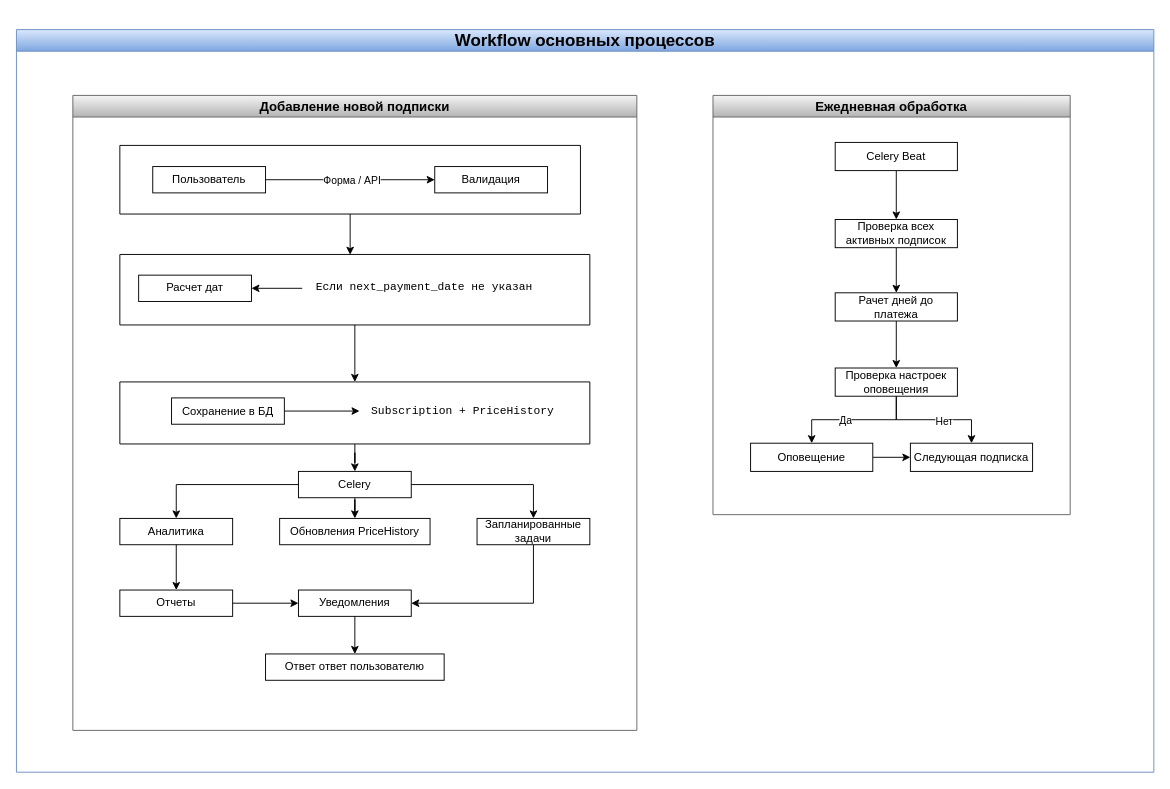
NikPACodes/SubFlux keeps this draw.io diagram as docs/diagrams/workflow.drawio. Above is the earlier version. Source tidied: cells renumbered, new cells numbered last; positions are measured from the earlier drawing's top-left corner, leaving out a move shared by most shapes. Both pictures are drawn from the tidied source at 94%, with x=0, y=0 at pixel (16, 29).
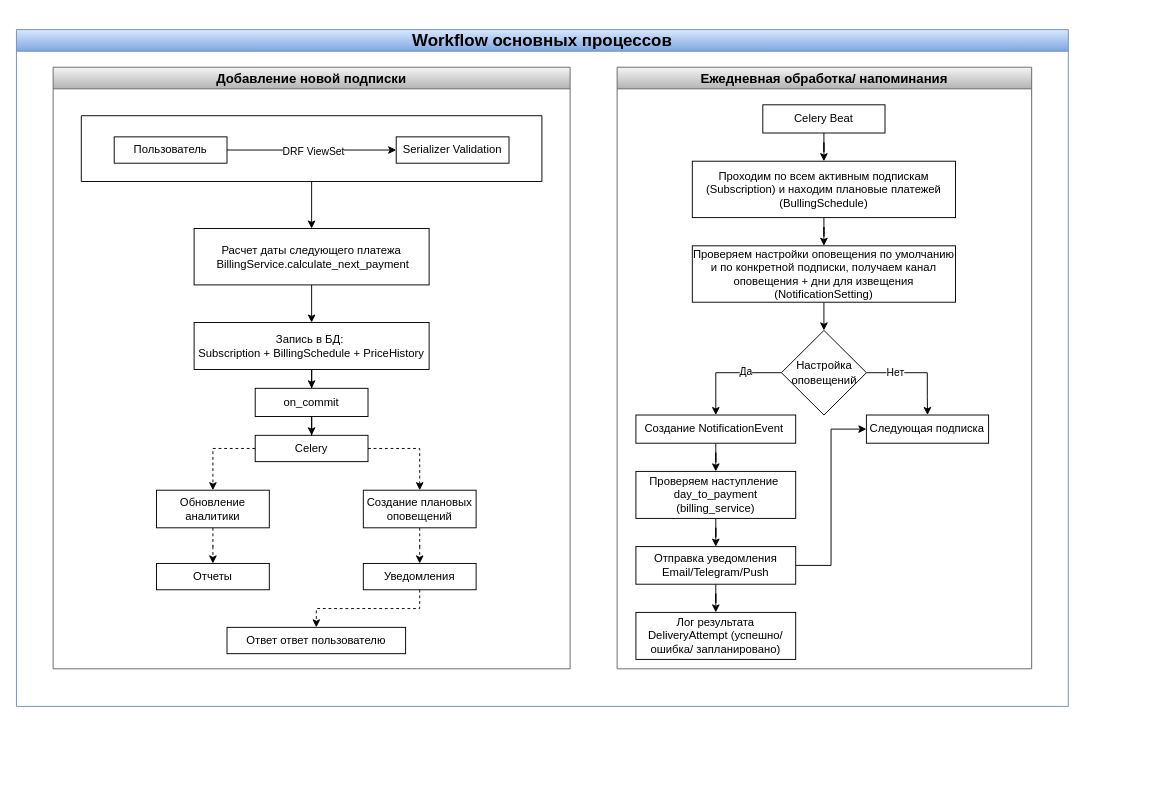
After the change.

Commit message (it also covers changes not shown here):
Обновлены блок-схемы workflow и Архитектура_приложений

Unchanged cells that the change refers to:
```xml
<mxCell id="5" style="edgeStyle=orthogonalEdgeStyle;rounded=0;jettySize=auto;html=1;entryX=0;entryY=0.5;entryDx=0;entryDy=0;" parent="4" edge="1" source="7" target="8">
  <mxGeometry relative="1" as="geometry" />
</mxCell>
```

What changed in the source:
```diff
@@
-    <mxCell id="2" value="&lt;h2&gt;Workflow основных процессов&lt;/h2&gt;" style="swimlane;whiteSpace=wrap;html=1;fillColor=#dae8fc;gradientColor=#7ea6e0;strokeColor=#6c8ebf;" parent="1" vertex="1">
-      <mxGeometry width="1210" height="790" as="geometry" />
+    <mxCell id="2" value="&lt;h2&gt;Workflow основных процессов&lt;/h2&gt;" style="swimlane;whiteSpace=wrap;html=1;fillColor=#dae8fc;gradientColor=#7ea6e0;strokeColor=#6c8ebf;align=center;verticalAlign=middle;" parent="1" vertex="1">
+      <mxGeometry width="1119" height="720" as="geometry" />
     </mxCell>
     <mxCell id="3" value="&lt;h3&gt;&lt;strong&gt;Добавление новой подписки&lt;/strong&gt;&lt;/h3&gt;" style="swimlane;whiteSpace=wrap;html=1;fillColor=#f5f5f5;gradientColor=#b3b3b3;strokeColor=#666666;" parent="2" vertex="1">
-      <mxGeometry x="60" y="70" width="600" height="675.5" as="geometry" />
+      <mxGeometry x="39" y="40" width="550" height="640" as="geometry" />
     </mxCell>
+    <mxCell id="49" style="edgeStyle=orthogonalEdgeStyle;rounded=0;jettySize=auto;html=1;entryX=0.5;entryY=0;entryDx=0;entryDy=0;" parent="3" edge="1" source="4" target="51">
+      <mxGeometry relative="1" as="geometry" />
+    </mxCell>
     <mxCell id="4" style="swimlane;startSize=0;" parent="3" vertex="1">
-      <mxGeometry x="50" y="53.2" width="490" height="73" as="geometry" />
+      <mxGeometry x="30" y="51.6" width="490" height="70" as="geometry" />
     </mxCell>
@@
-    <mxCell id="6" value="Форма / API" style="edgeLabel;html=1;align=center;verticalAlign=middle;" parent="5" vertex="1">
+    <mxCell id="6" value="DRF ViewSet" style="edgeLabel;html=1;align=center;verticalAlign=middle;" parent="5" vertex="1">
       <mxGeometry x="0.01" y="-1" relative="1" as="geometry" />
     </mxCell>
@@
-    <mxCell id="8" value="Валидация" style="rounded=0;whiteSpace=wrap;html=1;" parent="4" vertex="1">
+    <mxCell id="8" value="Serializer Validation" style="rounded=0;whiteSpace=wrap;html=1;" parent="4" vertex="1">
       <mxGeometry x="335" y="22.5" width="120" height="28" as="geometry" />
     </mxCell>
-    <mxCell id="9" style="edgeStyle=orthogonalEdgeStyle;rounded=0;jettySize=auto;html=1;entryX=0.5;entryY=0;entryDx=0;entryDy=0;" parent="3" edge="1" source="10" target="15">
-      <mxGeometry relative="1" as="geometry" />
-    </mxCell>
-    <mxCell id="10" style="swimlane;startSize=0;" parent="3" vertex="1">
-      <mxGeometry x="50" y="169.2" width="500" height="75" as="geometry" />
-    </mxCell>
-    <mxCell id="11" value="Расчет дат" style="rounded=0;whiteSpace=wrap;html=1;" parent="10" vertex="1">
-      <mxGeometry x="20" y="22" width="120" height="28" as="geometry" />
-    </mxCell>
-    <mxCell id="12" style="edgeStyle=orthogonalEdgeStyle;rounded=0;jettySize=auto;html=1;entryX=1;entryY=0.5;entryDx=0;entryDy=0;" parent="10" edge="1" source="13" target="11">
-      <mxGeometry relative="1" as="geometry" />
-    </mxCell>
-    <mxCell id="13" value="&lt;pre&gt;Если next_payment_date не указан&lt;/pre&gt;" style="text;html=1;align=center;verticalAlign=middle;whiteSpace=wrap;rounded=0;" parent="10" vertex="1">
-      <mxGeometry x="194" y="21" width="260" height="30" as="geometry" />
-    </mxCell>
-    <mxCell id="14" style="edgeStyle=orthogonalEdgeStyle;rounded=0;jettySize=auto;html=1;" parent="3" edge="1" source="15" target="21">
-      <mxGeometry relative="1" as="geometry" />
-    </mxCell>
-    <mxCell id="15" style="swimlane;startSize=0;align=center;" parent="3" vertex="1">
-      <mxGeometry x="50" y="304.8" width="500" height="66" as="geometry" />
-    </mxCell>
-    <mxCell id="16" value="Сохранение в БД" style="rounded=0;whiteSpace=wrap;html=1;" parent="15" vertex="1">
-      <mxGeometry x="55" y="17" width="120" height="28" as="geometry" />
-    </mxCell>
-    <mxCell id="17" style="edgeStyle=orthogonalEdgeStyle;rounded=0;jettySize=auto;html=1;" parent="15" edge="1" source="16" target="18">
-      <mxGeometry relative="1" as="geometry" />
-    </mxCell>
-    <mxCell id="18" value="&lt;pre&gt;Subscription + PriceHistory&lt;/pre&gt;" style="text;html=1;align=center;verticalAlign=middle;whiteSpace=wrap;rounded=0;" parent="15" vertex="1">
-      <mxGeometry x="255" y="16" width="220" height="30" as="geometry" />
-    </mxCell>
-    <mxCell id="19" style="edgeStyle=orthogonalEdgeStyle;rounded=0;jettySize=auto;html=1;entryX=0.5;entryY=0;entryDx=0;entryDy=0;" parent="3" edge="1" source="21" target="24">
-      <mxGeometry relative="1" as="geometry" />
-    </mxCell>
-    <mxCell id="20" style="edgeStyle=orthogonalEdgeStyle;rounded=0;jettySize=auto;html=1;" parent="3" edge="1" source="21" target="25">
-      <mxGeometry relative="1" as="geometry" />
+    <mxCell id="20" style="edgeStyle=orthogonalEdgeStyle;rounded=0;jettySize=auto;html=1;entryX=0.5;entryY=0;entryDx=0;entryDy=0;dashed=1;" parent="3" edge="1" source="21" target="25">
+      <mxGeometry relative="1" as="geometry">
+        <Array as="points">
+          <mxPoint x="170" y="406" />
+        </Array>
+      </mxGeometry>
     </mxCell>
     <mxCell id="21" value="Celery" style="rounded=0;whiteSpace=wrap;html=1;" parent="3" vertex="1">
-      <mxGeometry x="240" y="400" width="120" height="28" as="geometry" />
+      <mxGeometry x="215" y="391.6" width="120" height="28" as="geometry" />
     </mxCell>
-    <mxCell id="22" style="edgeStyle=orthogonalEdgeStyle;rounded=0;jettySize=auto;html=1;entryX=1;entryY=0.5;entryDx=0;entryDy=0;" parent="3" edge="1" source="23" target="27">
-      <mxGeometry relative="1" as="geometry">
-        <Array as="points">
-          <mxPoint x="490" y="540" />
-        </Array>
-      </mxGeometry>
+    <mxCell id="22" style="edgeStyle=orthogonalEdgeStyle;rounded=0;jettySize=auto;html=1;entryX=0.5;entryY=0;entryDx=0;entryDy=0;dashed=1;" parent="3" edge="1" source="23" target="27">
+      <mxGeometry relative="1" as="geometry" />
     </mxCell>
-    <mxCell id="23" value="Запланированные задачи" style="rounded=0;whiteSpace=wrap;html=1;" parent="3" vertex="1">
-      <mxGeometry x="430" y="450" width="120" height="28" as="geometry" />
+    <mxCell id="23" value="Создание плановых&lt;div&gt;оповещений&lt;/div&gt;" style="rounded=0;whiteSpace=wrap;html=1;" parent="3" vertex="1">
+      <mxGeometry x="330" y="450" width="120" height="40" as="geometry" />
     </mxCell>
-    <mxCell id="24" value="Обновления&amp;nbsp;&lt;span style=&quot;background-color: transparent; color: light-dark(rgb(0, 0, 0), rgb(255, 255, 255));&quot;&gt;PriceHistory&lt;/span&gt;" style="rounded=0;whiteSpace=wrap;html=1;" parent="3" vertex="1">
-      <mxGeometry x="220" y="450" width="160" height="28" as="geometry" />
-    </mxCell>
-    <mxCell id="25" value="Аналитика" style="rounded=0;whiteSpace=wrap;html=1;" parent="3" vertex="1">
-      <mxGeometry x="50" y="450" width="120" height="28" as="geometry" />
+    <mxCell id="25" value="Обновление аналитики" style="rounded=0;whiteSpace=wrap;html=1;" parent="3" vertex="1">
+      <mxGeometry x="110" y="450" width="120" height="40" as="geometry" />
     </mxCell>
     <mxCell id="26" value="Отчеты" style="rounded=0;whiteSpace=wrap;html=1;" parent="3" vertex="1">
-      <mxGeometry x="50" y="526.2" width="120" height="28" as="geometry" />
+      <mxGeometry x="110" y="527.9" width="120" height="28" as="geometry" />
     </mxCell>
     <mxCell id="27" value="Уведомления" style="rounded=0;whiteSpace=wrap;html=1;" parent="3" vertex="1">
-      <mxGeometry x="240" y="526.2" width="120" height="28" as="geometry" />
+      <mxGeometry x="330" y="527.9" width="120" height="28" as="geometry" />
     </mxCell>
     <mxCell id="28" value="Ответ ответ пользователю" style="rounded=0;whiteSpace=wrap;html=1;" parent="3" vertex="1">
-      <mxGeometry x="205" y="594.2" width="190" height="28" as="geometry" />
+      <mxGeometry x="185" y="595.9" width="190" height="28" as="geometry" />
     </mxCell>
-    <mxCell id="29" style="edgeStyle=orthogonalEdgeStyle;rounded=0;jettySize=auto;html=1;entryX=0.49;entryY=0.004;entryDx=0;entryDy=0;entryPerimeter=0;" parent="3" edge="1" source="4" target="10">
-      <mxGeometry relative="1" as="geometry" />
-    </mxCell>
-    <mxCell id="30" style="edgeStyle=orthogonalEdgeStyle;rounded=0;jettySize=auto;html=1;entryX=0.5;entryY=0;entryDx=0;entryDy=0;" parent="3" edge="1" source="21" target="23">
-      <mxGeometry relative="1" as="geometry" />
+    <mxCell id="30" style="edgeStyle=orthogonalEdgeStyle;rounded=0;jettySize=auto;html=1;entryX=0.5;entryY=0;entryDx=0;entryDy=0;dashed=1;" parent="3" edge="1" source="21" target="23">
+      <mxGeometry relative="1" as="geometry">
+        <Array as="points">
+          <mxPoint x="390" y="406" />
+        </Array>
+      </mxGeometry>
     </mxCell>
-    <mxCell id="31" style="edgeStyle=orthogonalEdgeStyle;rounded=0;jettySize=auto;html=1;entryX=0.5;entryY=0;entryDx=0;entryDy=0;" parent="3" edge="1" source="25" target="26">
+    <mxCell id="31" style="edgeStyle=orthogonalEdgeStyle;rounded=0;jettySize=auto;html=1;entryX=0.5;entryY=0;entryDx=0;entryDy=0;dashed=1;" parent="3" edge="1" source="25" target="26">
       <mxGeometry relative="1" as="geometry" />
     </mxCell>
-    <mxCell id="32" style="edgeStyle=orthogonalEdgeStyle;rounded=0;jettySize=auto;html=1;entryX=0;entryY=0.5;entryDx=0;entryDy=0;" parent="3" edge="1" source="26" target="27">
-      <mxGeometry relative="1" as="geometry" />
-    </mxCell>
-    <mxCell id="33" style="edgeStyle=orthogonalEdgeStyle;rounded=0;jettySize=auto;html=1;" parent="3" edge="1" source="27" target="28">
+    <mxCell id="33" style="edgeStyle=orthogonalEdgeStyle;rounded=0;jettySize=auto;html=1;dashed=1;" parent="3" edge="1" source="27" target="28">
       <mxGeometry relative="1" as="geometry" />
     </mxCell>
+    <mxCell id="50" style="edgeStyle=orthogonalEdgeStyle;rounded=0;jettySize=auto;html=1;entryX=0.5;entryY=0;entryDx=0;entryDy=0;" parent="3" edge="1" source="51" target="53">
+      <mxGeometry relative="1" as="geometry" />
+    </mxCell>
+    <mxCell id="51" value="Расчет даты следующего платежа&lt;div style=&quot;text-wrap-mode: nowrap;&quot;&gt;&lt;span style=&quot;text-wrap-mode: wrap;&quot;&gt;&amp;nbsp;&lt;/span&gt;&lt;span style=&quot;text-wrap-mode: wrap; background-color: transparent; color: light-dark(rgb(0, 0, 0), rgb(255, 255, 255));&quot;&gt;BillingService.&lt;/span&gt;&lt;span style=&quot;text-wrap-mode: wrap; background-color: transparent; color: light-dark(rgb(0, 0, 0), rgb(255, 255, 255));&quot;&gt;calculate_next_payment&lt;/span&gt;&lt;/div&gt;" style="rounded=0;whiteSpace=wrap;html=1;" parent="3" vertex="1">
+      <mxGeometry x="150" y="171.6" width="250" height="60" as="geometry" />
+    </mxCell>
+    <mxCell id="52" style="edgeStyle=orthogonalEdgeStyle;rounded=0;jettySize=auto;html=1;entryX=0.5;entryY=0;entryDx=0;entryDy=0;" parent="3" edge="1" source="53" target="55">
+      <mxGeometry relative="1" as="geometry" />
+    </mxCell>
+    <mxCell id="53" value="Запись в БД:&amp;nbsp;&lt;div&gt;Subscription + BillingSchedule + PriceHistory&lt;/div&gt;" style="rounded=0;whiteSpace=wrap;html=1;" parent="3" vertex="1">
+      <mxGeometry x="150" y="271.6" width="250" height="50" as="geometry" />
+    </mxCell>
+    <mxCell id="54" style="edgeStyle=orthogonalEdgeStyle;rounded=0;jettySize=auto;html=1;entryX=0.5;entryY=0;entryDx=0;entryDy=0;" parent="3" edge="1" source="55" target="21">
+      <mxGeometry relative="1" as="geometry" />
+    </mxCell>
+    <mxCell id="55" value="on_commit" style="rounded=0;whiteSpace=wrap;html=1;" parent="3" vertex="1">
+      <mxGeometry x="215" y="341.6" width="120" height="30" as="geometry" />
+    </mxCell>
-    <mxCell id="34" value="&lt;h3&gt;&lt;strong&gt;Ежедневная обработка&lt;/strong&gt;&lt;/h3&gt;" style="swimlane;whiteSpace=wrap;html=1;fillColor=#f5f5f5;gradientColor=#b3b3b3;strokeColor=#666666;" parent="2" vertex="1">
-      <mxGeometry x="741" y="70" width="380" height="446" as="geometry" />
+    <mxCell id="34" value="&lt;h3&gt;&lt;strong&gt;Ежедневная обработка/ напоминания&lt;/strong&gt;&lt;/h3&gt;" style="swimlane;whiteSpace=wrap;html=1;fillColor=#f5f5f5;gradientColor=#b3b3b3;strokeColor=#666666;" parent="2" vertex="1">
+      <mxGeometry x="639" y="40" width="441" height="640" as="geometry" />
     </mxCell>
@@
     <mxCell id="36" value="&lt;span style=&quot;text-align: left;&quot;&gt;Celery Beat&lt;/span&gt;" style="rounded=0;whiteSpace=wrap;html=1;" parent="34" vertex="1">
-      <mxGeometry x="130" y="50" width="130" height="30" as="geometry" />
+      <mxGeometry x="155" y="40" width="130" height="30" as="geometry" />
     </mxCell>
-    <mxCell id="37" style="edgeStyle=orthogonalEdgeStyle;rounded=0;jettySize=auto;html=1;" parent="34" edge="1" source="38" target="40">
-      <mxGeometry relative="1" as="geometry" />
-    </mxCell>
+    <mxCell id="56" style="edgeStyle=orthogonalEdgeStyle;rounded=0;jettySize=auto;html=1;entryX=0.5;entryY=0;entryDx=0;entryDy=0;" parent="34" edge="1" source="38" target="45">
+      <mxGeometry relative="1" as="geometry" />
+    </mxCell>
-    <mxCell id="38" value="&lt;span style=&quot;text-align: left;&quot;&gt;Проверка всех активных подписок&lt;/span&gt;" style="rounded=0;whiteSpace=wrap;html=1;" parent="34" vertex="1">
-      <mxGeometry x="130" y="132" width="130" height="30" as="geometry" />
+    <mxCell id="38" value="&lt;div style=&quot;&quot;&gt;Проходим по всем активным подпискам (Subscription) и находим плановые платежей (BullingSchedule)&lt;/div&gt;" style="rounded=0;whiteSpace=wrap;html=1;align=center;" parent="34" vertex="1">
+      <mxGeometry x="80" y="100" width="280" height="60" as="geometry" />
     </mxCell>
-    <mxCell id="39" style="edgeStyle=orthogonalEdgeStyle;rounded=0;jettySize=auto;html=1;" parent="34" edge="1" source="40" target="45">
-      <mxGeometry relative="1" as="geometry" />
-    </mxCell>
-    <mxCell id="40" value="&lt;span style=&quot;text-align: left;&quot;&gt;Рачет дней до платежа&lt;/span&gt;" style="rounded=0;whiteSpace=wrap;html=1;" parent="34" vertex="1">
-      <mxGeometry x="130" y="210" width="130" height="30" as="geometry" />
-    </mxCell>
-    <mxCell id="41" style="edgeStyle=orthogonalEdgeStyle;rounded=0;jettySize=auto;html=1;entryX=0.5;entryY=0;entryDx=0;entryDy=0;" parent="34" edge="1" source="45" target="47">
-      <mxGeometry relative="1" as="geometry" />
-    </mxCell>
-    <mxCell id="42" value="Да" style="edgeLabel;html=1;align=center;verticalAlign=middle;" parent="41" vertex="1">
-      <mxGeometry x="0.14" relative="1" as="geometry" />
-    </mxCell>
-    <mxCell id="43" style="edgeStyle=orthogonalEdgeStyle;rounded=0;jettySize=auto;html=1;" parent="34" edge="1" source="45" target="48">
-      <mxGeometry relative="1" as="geometry" />
-    </mxCell>
-    <mxCell id="44" value="Нет" style="edgeLabel;html=1;align=center;verticalAlign=middle;" parent="43" vertex="1">
-      <mxGeometry x="0.16" y="-1" relative="1" as="geometry" />
-    </mxCell>
+    <mxCell id="57" style="edgeStyle=orthogonalEdgeStyle;rounded=0;jettySize=auto;html=1;entryX=0.5;entryY=0;entryDx=0;entryDy=0;" parent="34" edge="1" source="45" target="67">
+      <mxGeometry relative="1" as="geometry" />
+    </mxCell>
-    <mxCell id="45" value="&lt;div style=&quot;&quot;&gt;Проверка настроек оповещения&lt;/div&gt;" style="rounded=0;whiteSpace=wrap;html=1;align=center;" parent="34" vertex="1">
-      <mxGeometry x="130" y="290" width="130" height="30" as="geometry" />
+    <mxCell id="45" value="&lt;div style=&quot;&quot;&gt;Проверяем настройки оповещения по умолчанию и по конкретной подписки, получаем канал оповещения + дни для извещения&lt;/div&gt;&lt;div style=&quot;&quot;&gt;(NotificationSetting)&lt;/div&gt;" style="rounded=0;whiteSpace=wrap;html=1;align=center;" parent="34" vertex="1">
+      <mxGeometry x="80" y="190" width="280" height="60" as="geometry" />
     </mxCell>
-    <mxCell id="46" style="edgeStyle=orthogonalEdgeStyle;rounded=0;jettySize=auto;html=1;entryX=0;entryY=0.5;entryDx=0;entryDy=0;" parent="34" edge="1" source="47" target="48">
-      <mxGeometry relative="1" as="geometry" />
-    </mxCell>
-    <mxCell id="47" value="&lt;div style=&quot;&quot;&gt;Оповещение&lt;/div&gt;" style="rounded=0;whiteSpace=wrap;html=1;align=center;" parent="34" vertex="1">
-      <mxGeometry x="40" y="370" width="130" height="30" as="geometry" />
+    <mxCell id="47" value="&lt;div style=&quot;&quot;&gt;Лог результата DeliveryAttempt (успешно/ ошибка/ запланировано)&lt;/div&gt;" style="rounded=0;whiteSpace=wrap;html=1;align=center;" parent="34" vertex="1">
+      <mxGeometry x="20" y="580" width="170" height="50" as="geometry" />
     </mxCell>
     <mxCell id="48" value="&lt;div style=&quot;&quot;&gt;Следующая подписка&lt;/div&gt;" style="rounded=0;whiteSpace=wrap;html=1;align=center;" parent="34" vertex="1">
-      <mxGeometry x="210" y="370" width="130" height="30" as="geometry" />
+      <mxGeometry x="265.2" y="370" width="130" height="30" as="geometry" />
     </mxCell>
+    <mxCell id="58" style="edgeStyle=orthogonalEdgeStyle;rounded=0;jettySize=auto;html=1;entryX=0.5;entryY=0;entryDx=0;entryDy=0;" parent="34" edge="1" source="59" target="62">
+      <mxGeometry relative="1" as="geometry" />
+    </mxCell>
+    <mxCell id="59" value="&lt;div style=&quot;&quot;&gt;&lt;span style=&quot;background-color: transparent; color: light-dark(rgb(0, 0, 0), rgb(255, 255, 255));&quot;&gt;Проверяем наступление&amp;nbsp; day_to_payment (billing_service)&lt;/span&gt;&lt;/div&gt;" style="rounded=0;whiteSpace=wrap;html=1;align=center;" parent="34" vertex="1">
+      <mxGeometry x="20" y="430" width="170" height="50" as="geometry" />
+    </mxCell>
+    <mxCell id="60" style="edgeStyle=orthogonalEdgeStyle;rounded=0;jettySize=auto;html=1;entryX=0;entryY=0.5;entryDx=0;entryDy=0;" parent="34" edge="1" source="62" target="48">
+      <mxGeometry relative="1" as="geometry" />
+    </mxCell>
+    <mxCell id="61" style="edgeStyle=orthogonalEdgeStyle;rounded=0;jettySize=auto;html=1;entryX=0.5;entryY=0;entryDx=0;entryDy=0;" parent="34" edge="1" source="62" target="47">
+      <mxGeometry relative="1" as="geometry" />
+    </mxCell>
+    <mxCell id="62" value="&lt;div style=&quot;&quot;&gt;Отправка уведомления&lt;/div&gt;&lt;div style=&quot;&quot;&gt;Email/Telegram/Push&lt;/div&gt;" style="rounded=0;whiteSpace=wrap;html=1;align=center;" parent="34" vertex="1">
+      <mxGeometry x="20" y="510" width="170" height="40" as="geometry" />
+    </mxCell>
+    <mxCell id="63" style="edgeStyle=orthogonalEdgeStyle;rounded=0;jettySize=auto;html=1;entryX=0.5;entryY=0;entryDx=0;entryDy=0;" parent="34" edge="1" source="64" target="59">
+      <mxGeometry relative="1" as="geometry" />
+    </mxCell>
+    <mxCell id="64" value="&lt;div style=&quot;&quot;&gt;&lt;span style=&quot;background-color: transparent; color: light-dark(rgb(0, 0, 0), rgb(255, 255, 255));&quot;&gt;Создание NotificationEvent&amp;nbsp;&lt;/span&gt;&lt;/div&gt;" style="rounded=0;whiteSpace=wrap;html=1;align=center;" parent="34" vertex="1">
+      <mxGeometry x="20" y="370" width="170" height="30" as="geometry" />
+    </mxCell>
+    <mxCell id="65" style="edgeStyle=orthogonalEdgeStyle;rounded=0;jettySize=auto;html=1;entryX=0.5;entryY=0;entryDx=0;entryDy=0;" parent="34" edge="1" source="67" target="64">
+      <mxGeometry relative="1" as="geometry">
+        <Array as="points">
+          <mxPoint x="105" y="325" />
+        </Array>
+      </mxGeometry>
+    </mxCell>
+    <mxCell id="42" value="Да" style="edgeLabel;html=1;align=center;verticalAlign=middle;" parent="65" vertex="1">
+      <mxGeometry x="-0.34" y="-2" relative="1" as="geometry" />
+    </mxCell>
+    <mxCell id="66" style="edgeStyle=orthogonalEdgeStyle;rounded=0;jettySize=auto;html=1;entryX=0.5;entryY=0;entryDx=0;entryDy=0;" parent="34" edge="1" source="67" target="48">
+      <mxGeometry relative="1" as="geometry">
+        <Array as="points">
+          <mxPoint x="330" y="325" />
+          <mxPoint x="330" y="350" />
+        </Array>
+      </mxGeometry>
+    </mxCell>
+    <mxCell id="44" value="Нет" style="edgeLabel;html=1;align=center;verticalAlign=middle;" parent="66" vertex="1">
+      <mxGeometry x="-0.45" y="1" relative="1" as="geometry" />
+    </mxCell>
+    <mxCell id="67" value="Настройка&lt;div&gt;оповещений&lt;/div&gt;" style="rhombus;whiteSpace=wrap;html=1;" parent="34" vertex="1">
+      <mxGeometry x="174.8" y="280" width="90.5" height="90" as="geometry" />
+    </mxCell>
```
